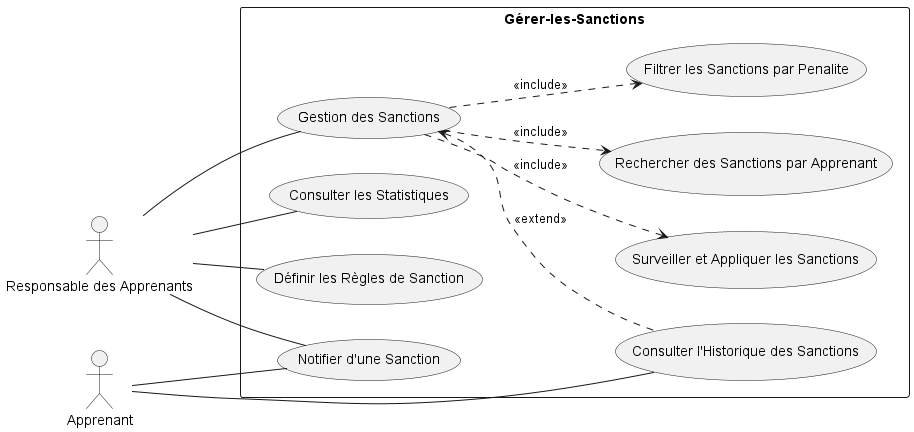
Tribak-Ayoub/Project-fil-rouge keeps this PlantUML diagram as out/Functional Branch/Use Case/Use-Case-General/Use-Case-General.png. Above is the earlier version.
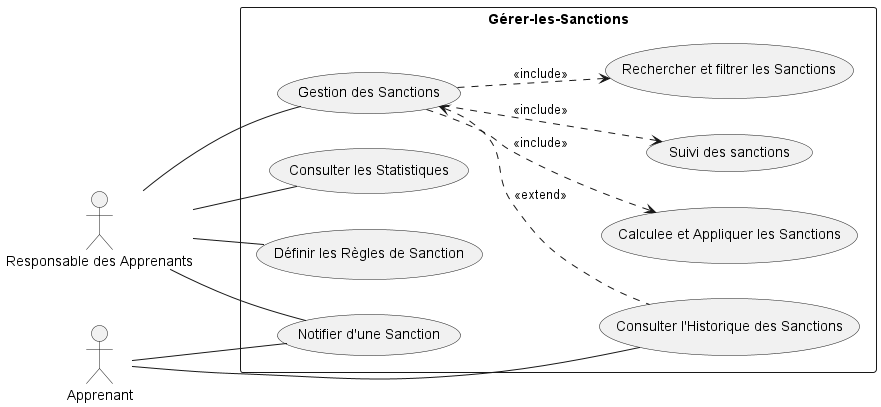
After the commit.

Change to the diagram source:
```diff
@@ -5,12 +5,12 @@
 
 rectangle Gérer-les-Sanctions {
   usecase "Définir les Règles de Sanction" as UC1
-  usecase "Surveiller et Appliquer les Sanctions" as UC2
+  usecase "Calculee et Appliquer les Sanctions" as UC2
+  usecase "Suivi des sanctions" as UC9
   usecase "Notifier d'une Sanction" as UC3
   usecase "Consulter l'Historique des Sanctions" as UC4
   usecase "Gestion des Sanctions" as UC5
-  usecase "Rechercher des Sanctions par Apprenant" as UC6
-  usecase "Filtrer les Sanctions par Penalite" as UC7
+  usecase "Rechercher et filtrer les Sanctions" as UC7
   usecase "Consulter les Statistiques" as UC8
 }
 
@@ -25,6 +25,6 @@
 Apprenant -- UC4
 UC5 <.. UC4 : <<extend>>
 UC5 ..> UC2 : <<include>>
-UC5 ..> UC6 : <<include>>
 UC5 ..> UC7 : <<include>>
+UC5 ..> UC9 : <<include>>
 @enduml
```
